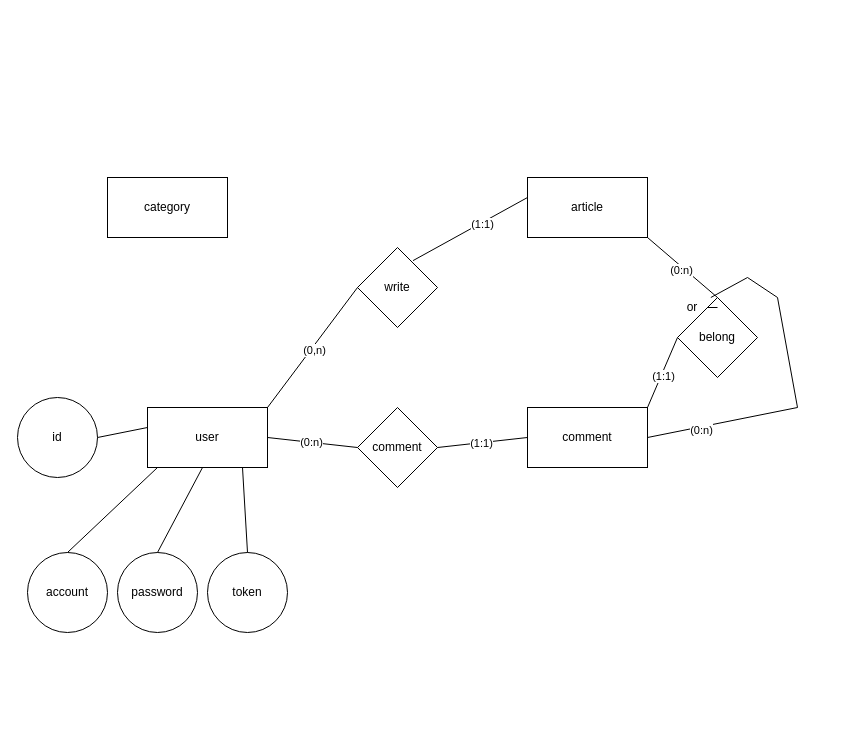
Above: 未命名绘图.drawio in wwwasak/Personal-Blogging-System (draw.io), before the change. Source tidied: cells renumbered, new cells numbered last; positions are measured from the earlier drawing's top-left corner, leaving out a move shared by most shapes. Both pictures are drawn from the tidied source at 100%, with x=0, y=0 at pixel (17, 177).
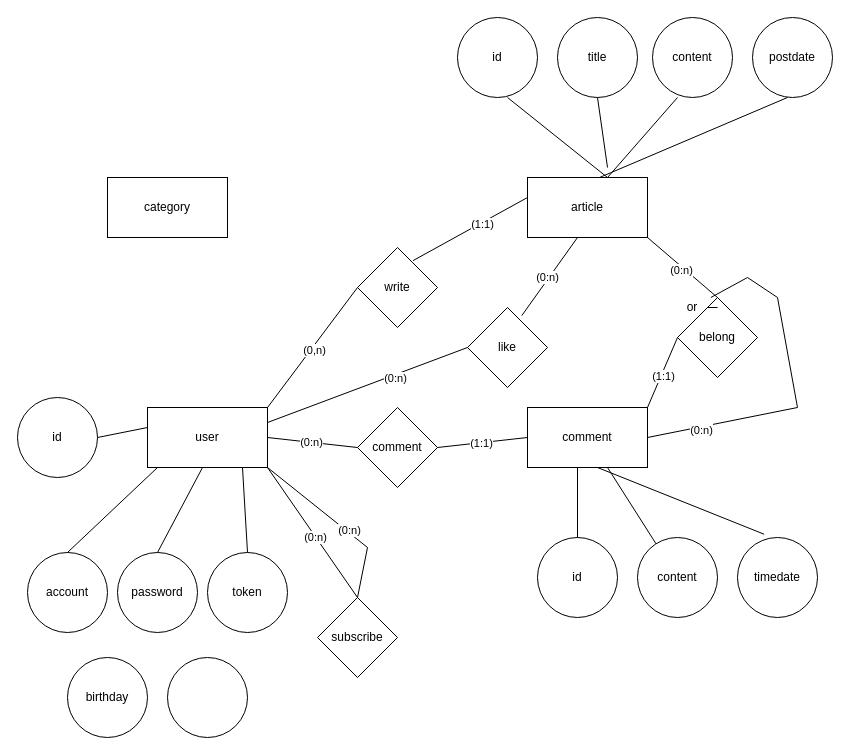
The same page after the edit.

Unchanged cells that the change refers to:
```xml
<mxCell id="2" value="user" style="rounded=0;whiteSpace=wrap;html=1;direction=west;" parent="1" vertex="1">
  <mxGeometry x="130" y="230" width="120" height="60" as="geometry" />
</mxCell>
<mxCell id="3" value="article" style="rounded=0;whiteSpace=wrap;html=1;direction=west;" parent="1" vertex="1">
  <mxGeometry x="510" width="120" height="60" as="geometry" />
</mxCell>
```

The edit, as a diff of the source:
```diff
@@
+    <mxCell id="34" value="id" style="ellipse;whiteSpace=wrap;html=1;" parent="1" vertex="1">
+      <mxGeometry x="520" y="360" width="80" height="80" as="geometry" />
+    </mxCell>
+    <mxCell id="35" value="content" style="ellipse;whiteSpace=wrap;html=1;" parent="1" vertex="1">
+      <mxGeometry x="620" y="360" width="80" height="80" as="geometry" />
+    </mxCell>
+    <mxCell id="36" value="timedate" style="ellipse;whiteSpace=wrap;html=1;" parent="1" vertex="1">
+      <mxGeometry x="720" y="360" width="80" height="80" as="geometry" />
+    </mxCell>
+    <mxCell id="37" style="endArrow=none;html=1;rounded=0;exitX=0.5;exitY=0;exitDx=0;exitDy=0;" parent="1" edge="1" source="34">
+      <mxGeometry relative="1" as="geometry">
+        <mxPoint x="560" y="290" as="targetPoint" />
+      </mxGeometry>
+    </mxCell>
+    <mxCell id="38" style="endArrow=none;html=1;rounded=0;" parent="1" edge="1" source="35">
+      <mxGeometry relative="1" as="geometry">
+        <mxPoint x="590" y="290" as="targetPoint" />
+      </mxGeometry>
+    </mxCell>
+    <mxCell id="39" style="endArrow=none;html=1;rounded=0;exitX=0.333;exitY=-0.041;exitDx=0;exitDy=0;exitPerimeter=0;" parent="1" edge="1" source="36">
+      <mxGeometry relative="1" as="geometry">
+        <mxPoint x="580" y="290" as="targetPoint" />
+      </mxGeometry>
+    </mxCell>
+    <mxCell id="40" value="like" style="rhombus;whiteSpace=wrap;html=1;" parent="1" vertex="1">
+      <mxGeometry x="450" y="130" width="80" height="80" as="geometry" />
+    </mxCell>
+    <mxCell id="41" style="endArrow=none;html=1;rounded=0;exitX=0;exitY=0.75;exitDx=0;exitDy=0;" parent="1" edge="1" source="2">
+      <mxGeometry relative="1" as="geometry">
+        <mxPoint x="450" y="170" as="targetPoint" />
+      </mxGeometry>
+    </mxCell>
+    <mxCell id="42" value="(0:n)" style="edgeLabel;html=1;align=center;verticalAlign=middle;" parent="41" vertex="1">
+      <mxGeometry x="0.26" y="-3" relative="1" as="geometry" />
+    </mxCell>
+    <mxCell id="43" style="endArrow=none;html=1;rounded=0;exitX=0.679;exitY=0.101;exitDx=0;exitDy=0;exitPerimeter=0;" parent="1" edge="1" source="40">
+      <mxGeometry relative="1" as="geometry">
+        <mxPoint x="560" y="60" as="targetPoint" />
+      </mxGeometry>
+    </mxCell>
+    <mxCell id="44" value="(0:n)" style="edgeLabel;html=1;align=center;verticalAlign=middle;" parent="43" vertex="1">
+      <mxGeometry x="-0.05" y="2" relative="1" as="geometry" />
+    </mxCell>
+    <mxCell id="45" value="subscribe" style="rhombus;whiteSpace=wrap;html=1;" parent="1" vertex="1">
+      <mxGeometry x="300" y="420" width="80" height="80" as="geometry" />
+    </mxCell>
+    <mxCell id="46" style="endArrow=none;html=1;rounded=0;exitX=0.5;exitY=0;exitDx=0;exitDy=0;" parent="1" edge="1" source="45">
+      <mxGeometry relative="1" as="geometry">
+        <mxPoint x="250" y="290" as="targetPoint" />
+      </mxGeometry>
+    </mxCell>
+    <mxCell id="47" value="(0:n)" style="edgeLabel;html=1;align=center;verticalAlign=middle;" parent="46" vertex="1">
+      <mxGeometry x="-0.06" y="1" relative="1" as="geometry" />
+    </mxCell>
+    <mxCell id="48" style="endArrow=none;html=1;rounded=0;entryX=0;entryY=0;entryDx=0;entryDy=0;exitX=0.5;exitY=0;exitDx=0;exitDy=0;" parent="1" edge="1" source="45" target="2">
+      <mxGeometry relative="1" as="geometry">
+        <Array as="points">
+          <mxPoint x="350" y="370" />
+        </Array>
+      </mxGeometry>
+    </mxCell>
+    <mxCell id="49" value="(0:n)" style="edgeLabel;html=1;align=center;verticalAlign=middle;" parent="48" vertex="1">
+      <mxGeometry x="-0.15" y="-2" relative="1" as="geometry" />
+    </mxCell>
+    <mxCell id="50" value="title" style="ellipse;whiteSpace=wrap;html=1;" parent="1" vertex="1">
+      <mxGeometry x="540" y="-160" width="80" height="80" as="geometry" />
+    </mxCell>
+    <mxCell id="51" value="id" style="ellipse;whiteSpace=wrap;html=1;" parent="1" vertex="1">
+      <mxGeometry x="440" y="-160" width="80" height="80" as="geometry" />
+    </mxCell>
+    <mxCell id="52" value="content" style="ellipse;whiteSpace=wrap;html=1;" parent="1" vertex="1">
+      <mxGeometry x="635" y="-160" width="80" height="80" as="geometry" />
+    </mxCell>
+    <mxCell id="53" value="postdate" style="ellipse;whiteSpace=wrap;html=1;" parent="1" vertex="1">
+      <mxGeometry x="735" y="-160" width="80" height="80" as="geometry" />
+    </mxCell>
+    <mxCell id="54" style="endArrow=none;html=1;rounded=0;exitX=0.402;exitY=0.998;exitDx=0;exitDy=0;exitPerimeter=0;" parent="1" edge="1" source="3">
+      <mxGeometry relative="1" as="geometry">
+        <mxPoint x="770" y="-80" as="targetPoint" />
+      </mxGeometry>
+    </mxCell>
+    <mxCell id="55" style="endArrow=none;html=1;rounded=0;" parent="1" edge="1">
+      <mxGeometry relative="1" as="geometry">
+        <mxPoint x="590" as="sourcePoint" />
+        <mxPoint x="660" y="-80" as="targetPoint" />
+      </mxGeometry>
+    </mxCell>
+    <mxCell id="56" style="endArrow=none;html=1;rounded=0;" parent="1" edge="1">
+      <mxGeometry relative="1" as="geometry">
+        <mxPoint x="590" y="-10" as="sourcePoint" />
+        <mxPoint x="580" y="-80" as="targetPoint" />
+      </mxGeometry>
+    </mxCell>
+    <mxCell id="57" style="endArrow=none;html=1;rounded=0;" parent="1" edge="1">
+      <mxGeometry relative="1" as="geometry">
+        <mxPoint x="590" as="sourcePoint" />
+        <mxPoint x="490" y="-80" as="targetPoint" />
+      </mxGeometry>
+    </mxCell>
+    <mxCell id="58" value="birthday" style="ellipse;whiteSpace=wrap;html=1;" parent="1" vertex="1">
+      <mxGeometry x="50" y="480" width="80" height="80" as="geometry" />
+    </mxCell>
+    <mxCell id="59" style="ellipse;whiteSpace=wrap;html=1;" parent="1" vertex="1">
+      <mxGeometry x="150" y="480" width="80" height="80" as="geometry" />
+    </mxCell>
```
